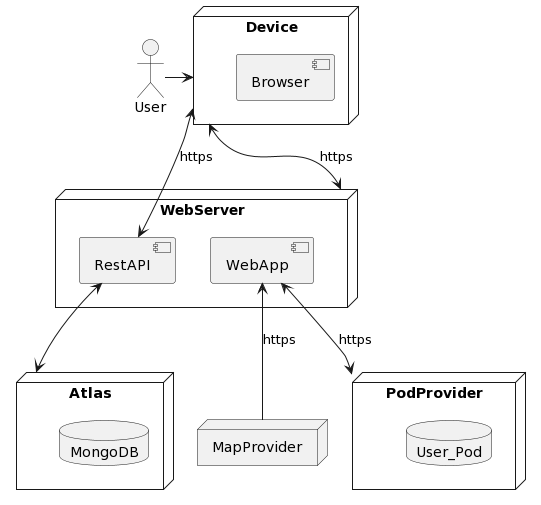
Before: docs/images/07_Deployment.png, a diagram exported from PlantUML (Arquisoft/lomap_es2b).
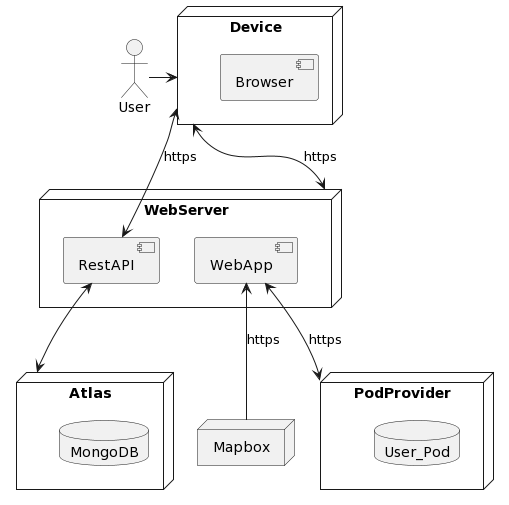
Later version of the same file.

Commit message:
Actualizados diagrama de despliegue y tabla

The edit, as a diff of the source:
```diff
@@ -7,7 +7,8 @@
     component WebApp
     component RestAPI
 }
-node MapProvider
+
+node Mapbox
 node PodProvider {
     database User_Pod
 }
@@ -18,7 +19,7 @@
 
 Device<-->WebServer:https
 WebApp<-->PodProvider:https
-WebApp<--MapProvider:https
+WebApp<--Mapbox:https
 Device<->RestAPI:https
 RestAPI<-->Atlas
 @enduml
```
